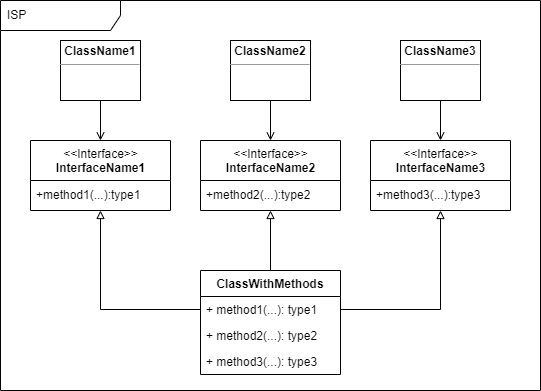
Above: ComputerScience/UncleBob/CleanArchitecture/uploads/ISP002.png in LuisCarlosRojasTorres/Books (draw.io), before the change. Source tidied: cells renumbered, new cells last; positions are measured from the earlier drawing's top-left corner, leaving out a move shared by most shapes.
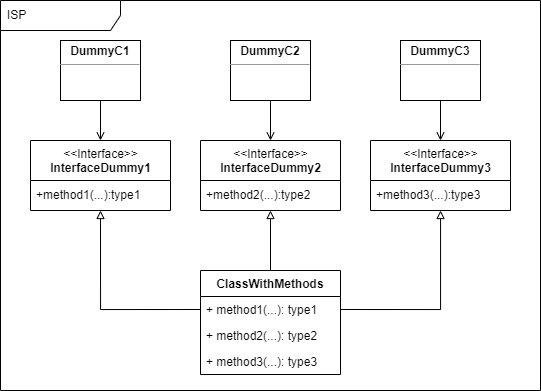
After the change.

Change to the diagram source:
```diff
@@ -8,19 +8,19 @@
     <mxCell id="3" style="edgeStyle=orthogonalEdgeStyle;rounded=0;jettySize=auto;html=1;exitX=0.5;exitY=1;exitDx=0;exitDy=0;endArrow=open;endFill=0;" parent="1" edge="1" source="4" target="14">
       <mxGeometry relative="1" as="geometry" />
     </mxCell>
-    <mxCell id="4" value="&lt;p style=&quot;margin:0px;margin-top:4px;text-align:center;&quot;&gt;&lt;b&gt;ClassName1&lt;/b&gt;&lt;/p&gt;&lt;hr size=&quot;1&quot;&gt;&lt;div style=&quot;height:2px;&quot;&gt;&lt;/div&gt;" style="verticalAlign=top;align=left;overflow=fill;fontSize=12;fontFamily=Helvetica;html=1;" parent="1" vertex="1">
+    <mxCell id="4" value="&lt;p style=&quot;margin:0px;margin-top:4px;text-align:center;&quot;&gt;&lt;b&gt;DummyC1&lt;/b&gt;&lt;/p&gt;&lt;hr size=&quot;1&quot;&gt;&lt;div style=&quot;height:2px;&quot;&gt;&lt;/div&gt;" style="verticalAlign=top;align=left;overflow=fill;fontSize=12;fontFamily=Helvetica;html=1;" parent="1" vertex="1">
       <mxGeometry x="60" y="40" width="80" height="60" as="geometry" />
     </mxCell>
     <mxCell id="5" style="edgeStyle=orthogonalEdgeStyle;rounded=0;jettySize=auto;html=1;exitX=0.5;exitY=1;exitDx=0;exitDy=0;endArrow=open;endFill=0;" parent="1" edge="1" source="6" target="16">
       <mxGeometry relative="1" as="geometry" />
     </mxCell>
-    <mxCell id="6" value="&lt;p style=&quot;margin:0px;margin-top:4px;text-align:center;&quot;&gt;&lt;b&gt;ClassName2&lt;/b&gt;&lt;/p&gt;&lt;hr size=&quot;1&quot;&gt;&lt;div style=&quot;height:2px;&quot;&gt;&lt;/div&gt;" style="verticalAlign=top;align=left;overflow=fill;fontSize=12;fontFamily=Helvetica;html=1;" parent="1" vertex="1">
+    <mxCell id="6" value="&lt;p style=&quot;margin:0px;margin-top:4px;text-align:center;&quot;&gt;&lt;b&gt;DummyC2&lt;/b&gt;&lt;/p&gt;&lt;hr size=&quot;1&quot;&gt;&lt;div style=&quot;height:2px;&quot;&gt;&lt;/div&gt;" style="verticalAlign=top;align=left;overflow=fill;fontSize=12;fontFamily=Helvetica;html=1;" parent="1" vertex="1">
       <mxGeometry x="230" y="40" width="80" height="60" as="geometry" />
     </mxCell>
     <mxCell id="7" style="edgeStyle=orthogonalEdgeStyle;rounded=0;jettySize=auto;html=1;exitX=0.5;exitY=1;exitDx=0;exitDy=0;endArrow=open;endFill=0;" parent="1" edge="1" source="8" target="18">
       <mxGeometry relative="1" as="geometry" />
     </mxCell>
-    <mxCell id="8" value="&lt;p style=&quot;margin:0px;margin-top:4px;text-align:center;&quot;&gt;&lt;b&gt;ClassName3&lt;/b&gt;&lt;/p&gt;&lt;hr size=&quot;1&quot;&gt;&lt;div style=&quot;height:2px;&quot;&gt;&lt;/div&gt;" style="verticalAlign=top;align=left;overflow=fill;fontSize=12;fontFamily=Helvetica;html=1;" parent="1" vertex="1">
+    <mxCell id="8" value="&lt;p style=&quot;margin:0px;margin-top:4px;text-align:center;&quot;&gt;&lt;b&gt;DummyC3&lt;/b&gt;&lt;/p&gt;&lt;hr size=&quot;1&quot;&gt;&lt;div style=&quot;height:2px;&quot;&gt;&lt;/div&gt;" style="verticalAlign=top;align=left;overflow=fill;fontSize=12;fontFamily=Helvetica;html=1;" parent="1" vertex="1">
       <mxGeometry x="400" y="40" width="80" height="60" as="geometry" />
     </mxCell>
     <mxCell id="9" style="edgeStyle=orthogonalEdgeStyle;rounded=0;jettySize=auto;html=1;exitX=0.5;exitY=0;exitDx=0;exitDy=0;endArrow=block;endFill=0;" parent="1" edge="1" source="10" target="16">
@@ -38,19 +38,19 @@
     <mxCell id="13" value="+ method3(...): type3" style="text;strokeColor=none;fillColor=none;align=left;verticalAlign=top;spacingLeft=4;spacingRight=4;overflow=hidden;" parent="10" vertex="1">
       <mxGeometry y="78" width="140" height="26" as="geometry" />
     </mxCell>
-    <mxCell id="14" value="&amp;lt;&amp;lt;Interface&amp;gt;&amp;gt;&lt;br&gt;&lt;b&gt;InterfaceName1&lt;/b&gt;" style="swimlane;fontStyle=0;align=center;verticalAlign=top;horizontal=1;startSize=40;html=1;" parent="1" vertex="1">
+    <mxCell id="14" value="&amp;lt;&amp;lt;Interface&amp;gt;&amp;gt;&lt;br&gt;&lt;b&gt;InterfaceDummy1&lt;/b&gt;" style="swimlane;fontStyle=0;align=center;verticalAlign=top;horizontal=1;startSize=40;html=1;" parent="1" vertex="1">
       <mxGeometry x="30" y="140" width="140" height="70" as="geometry" />
     </mxCell>
     <mxCell id="15" value="+method1(...):type1" style="text;html=1;strokeColor=none;fillColor=none;align=left;verticalAlign=middle;spacingLeft=4;spacingRight=4;overflow=hidden;points=[[0,0.5],[1,0.5]];portConstraint=eastwest;" parent="14" vertex="1">
       <mxGeometry y="40" width="140" height="30" as="geometry" />
     </mxCell>
-    <mxCell id="16" value="&amp;lt;&amp;lt;Interface&amp;gt;&amp;gt;&lt;br&gt;&lt;b&gt;InterfaceName2&lt;/b&gt;" style="swimlane;fontStyle=0;align=center;verticalAlign=top;horizontal=1;startSize=40;html=1;" parent="1" vertex="1">
+    <mxCell id="16" value="&amp;lt;&amp;lt;Interface&amp;gt;&amp;gt;&lt;br&gt;&lt;b&gt;InterfaceDummy2&lt;/b&gt;" style="swimlane;fontStyle=0;align=center;verticalAlign=top;horizontal=1;startSize=40;html=1;" parent="1" vertex="1">
       <mxGeometry x="200" y="140" width="140" height="70" as="geometry" />
     </mxCell>
     <mxCell id="17" value="+method2(...):type2" style="text;html=1;strokeColor=none;fillColor=none;align=left;verticalAlign=middle;spacingLeft=4;spacingRight=4;overflow=hidden;" parent="16" vertex="1">
       <mxGeometry y="40" width="140" height="30" as="geometry" />
     </mxCell>
-    <mxCell id="18" value="&amp;lt;&amp;lt;Interface&amp;gt;&amp;gt;&lt;br&gt;&lt;b&gt;InterfaceName3&lt;/b&gt;" style="swimlane;fontStyle=0;align=center;verticalAlign=top;horizontal=1;startSize=40;html=1;" parent="1" vertex="1">
+    <mxCell id="18" value="&amp;lt;&amp;lt;Interface&amp;gt;&amp;gt;&lt;br&gt;&lt;b&gt;InterfaceDummy3&lt;/b&gt;" style="swimlane;fontStyle=0;align=center;verticalAlign=top;horizontal=1;startSize=40;html=1;" parent="1" vertex="1">
       <mxGeometry x="370" y="140" width="140" height="70" as="geometry" />
     </mxCell>
     <mxCell id="19" value="+method3(...):type3" style="text;html=1;strokeColor=none;fillColor=none;align=left;verticalAlign=middle;spacingLeft=4;spacingRight=4;overflow=hidden;" parent="18" vertex="1">
```
